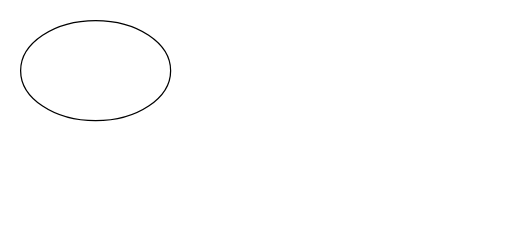
This is Untitled Diagram.drawio from Danish2511/draw.io, a draw.io file, before an edit. Source tidied: cells renumbered, new cells numbered last; positions are measured from the earlier drawing's top-left corner, leaving out a move shared by most shapes. Both pictures are drawn from the tidied source at 125%, with x=0, y=0 at pixel (20, 20).
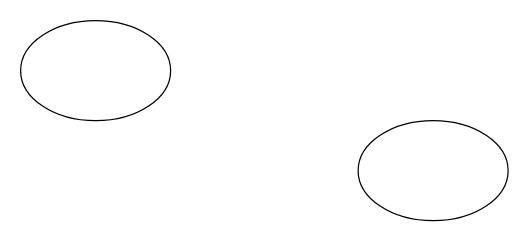
The same diagram, later.

The edit, as a diff of the source:
```diff
@@
 <mxGraphModel>
   <root>
     <mxCell id="0" />
     <mxCell id="1" parent="0" />
     <mxCell id="2" style="ellipse;whiteSpace=wrap;html=1;" parent="1" vertex="1">
       <mxGeometry width="120" height="80" as="geometry" />
     </mxCell>
+    <mxCell id="3" style="ellipse;whiteSpace=wrap;html=1;" parent="1" vertex="1">
+      <mxGeometry x="270" y="80" width="120" height="80" as="geometry" />
+    </mxCell>
   </root>
 </mxGraphModel>
```
